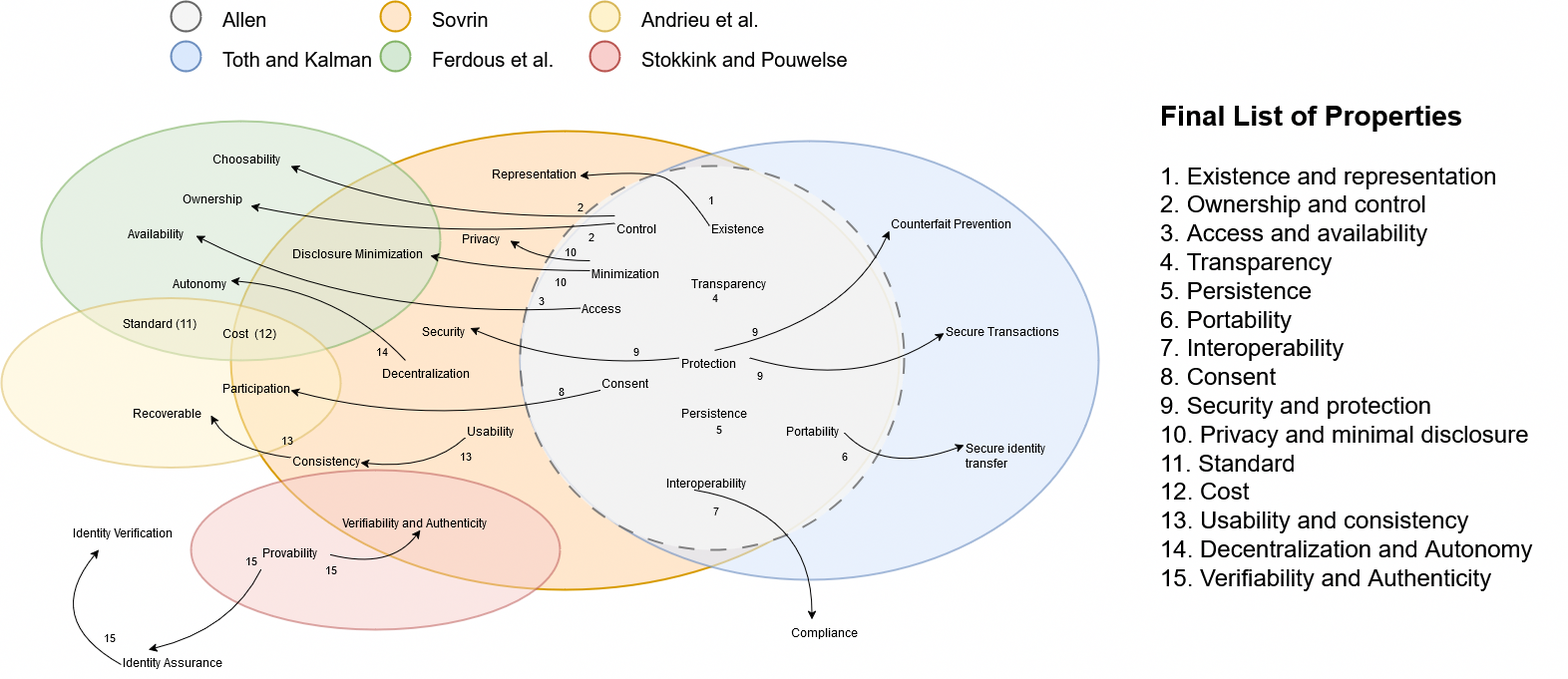
Above: definition/images/casual_loop_diagram/Casual_loop_diagram.png in cristianlepore/Self-Sovereign-Identity (draw.io), before the change. Source tidied: cells renumbered, new cells last; positions are measured from the earlier drawing's top-left corner, leaving out a move shared by most shapes.
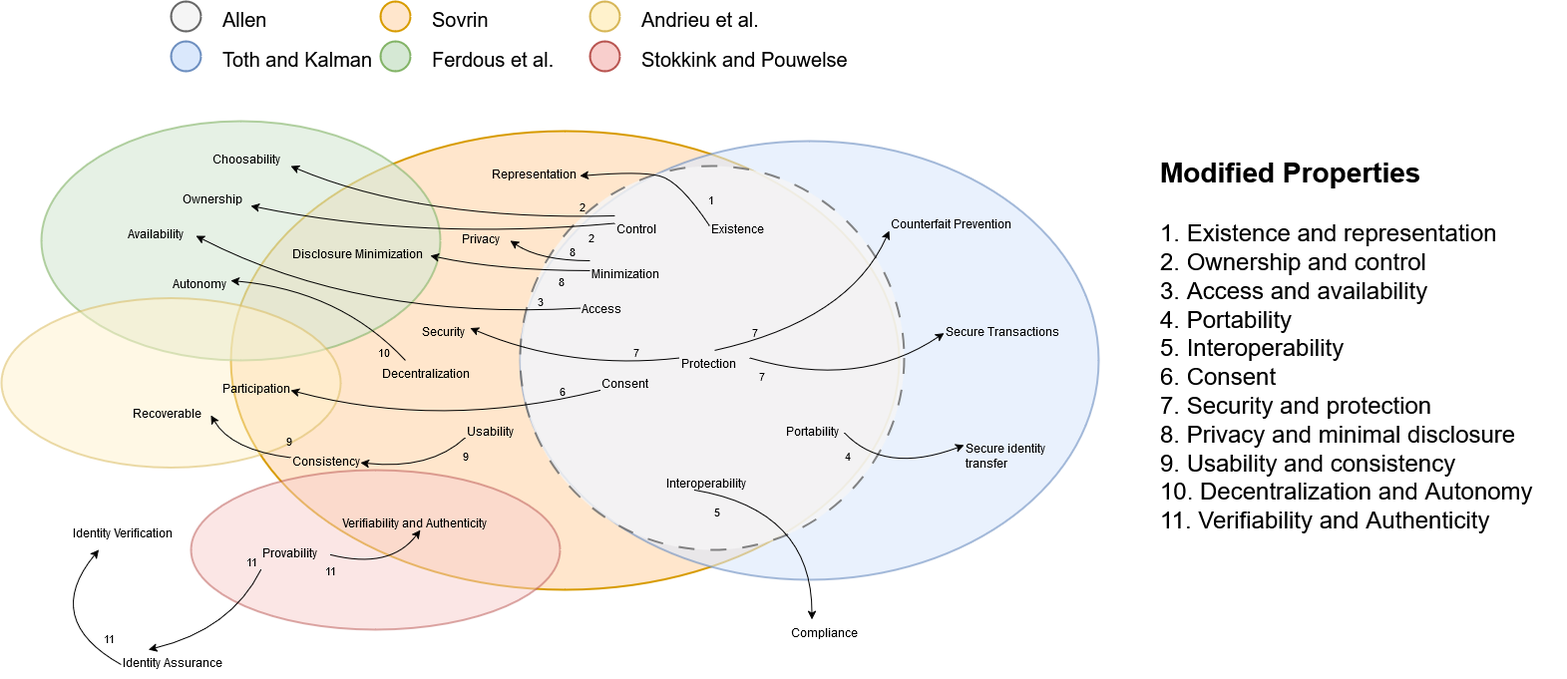
Above is the later version.

Change to the diagram source:
```diff
@@ -27,12 +27,12 @@
         </Array>
       </mxGeometry>
     </mxCell>
-    <mxCell id="9" value="8" style="edgeLabel;html=1;align=center;verticalAlign=middle;labelBackgroundColor=none;" parent="8" vertex="1">
+    <mxCell id="9" value="6" style="edgeLabel;html=1;align=center;verticalAlign=middle;labelBackgroundColor=none;" parent="8" vertex="1">
       <mxGeometry x="-0.04" y="-4" relative="1" as="geometry">
         <mxPoint x="110" y="-33" as="offset" />
       </mxGeometry>
     </mxCell>
-    <mxCell id="10" value="&lt;div&gt;&lt;font style=&quot;font-size: 28px;&quot;&gt;&lt;b&gt;&lt;font&gt;Final List of Properties&lt;/font&gt;&lt;/b&gt;&lt;/font&gt;&lt;/div&gt;&lt;div&gt;&lt;font style=&quot;font-size: 24px;&quot;&gt;&lt;br&gt;&lt;/font&gt;&lt;/div&gt;&lt;div&gt;&lt;font style=&quot;font-size: 24px;&quot;&gt;1. Existence and representation&lt;/font&gt;&lt;/div&gt;&lt;div&gt;&lt;font style=&quot;font-size: 24px;&quot;&gt;2. Ownership and control&lt;/font&gt;&lt;/div&gt;&lt;div&gt;&lt;font style=&quot;font-size: 24px;&quot;&gt;3. Access and availability&lt;/font&gt;&lt;/div&gt;&lt;div&gt;&lt;font style=&quot;font-size: 24px;&quot;&gt;4. Transparency&lt;/font&gt;&lt;/div&gt;&lt;div&gt;&lt;font style=&quot;font-size: 24px;&quot;&gt;5. Persistence&lt;/font&gt;&lt;/div&gt;&lt;div&gt;&lt;font style=&quot;font-size: 24px;&quot;&gt;6. Portability&lt;/font&gt;&lt;/div&gt;&lt;div&gt;&lt;font style=&quot;font-size: 24px;&quot;&gt;7. Interoperability&lt;/font&gt;&lt;/div&gt;&lt;div&gt;&lt;font style=&quot;font-size: 24px;&quot;&gt;8. Consent&lt;/font&gt;&lt;/div&gt;&lt;div&gt;&lt;font style=&quot;font-size: 24px;&quot;&gt;9. Security and protection&lt;/font&gt;&lt;/div&gt;&lt;div&gt;&lt;font style=&quot;font-size: 24px;&quot;&gt;10. Privacy and minimal disclosure&lt;/font&gt;&lt;/div&gt;&lt;div&gt;&lt;font style=&quot;font-size: 24px;&quot;&gt;11. Standard&lt;/font&gt;&lt;/div&gt;&lt;div&gt;&lt;font style=&quot;font-size: 24px;&quot;&gt;12. Cost&lt;/font&gt;&lt;/div&gt;&lt;div&gt;&lt;font style=&quot;font-size: 24px;&quot;&gt;13. Usability and consistency&lt;/font&gt;&lt;/div&gt;&lt;div&gt;&lt;font style=&quot;font-size: 24px;&quot;&gt;14. Decentralization and Autonomy&lt;/font&gt;&lt;/div&gt;&lt;div&gt;&lt;font style=&quot;font-size: 24px;&quot;&gt;15. Verifiability and Authenticity&lt;/font&gt;&lt;/div&gt;" style="rounded=1;whiteSpace=wrap;html=1;align=left;fillColor=none;strokeColor=none;strokeWidth=2;" parent="1" vertex="1">
+    <mxCell id="10" value="&lt;div&gt;&lt;font style=&quot;font-size: 28px;&quot;&gt;&lt;b&gt;&lt;font&gt;Modified Properties&lt;/font&gt;&lt;/b&gt;&lt;/font&gt;&lt;/div&gt;&lt;div&gt;&lt;font style=&quot;font-size: 24px;&quot;&gt;&lt;br&gt;&lt;/font&gt;&lt;/div&gt;&lt;div&gt;&lt;font style=&quot;font-size: 24px;&quot;&gt;1. Existence and representation&lt;/font&gt;&lt;/div&gt;&lt;div&gt;&lt;font style=&quot;font-size: 24px;&quot;&gt;2. Ownership and control&lt;/font&gt;&lt;/div&gt;&lt;div&gt;&lt;font style=&quot;font-size: 24px;&quot;&gt;3. Access and availability&lt;/font&gt;&lt;/div&gt;&lt;div&gt;&lt;font style=&quot;font-size: 24px;&quot;&gt;4. Portability&lt;/font&gt;&lt;/div&gt;&lt;div&gt;&lt;font style=&quot;font-size: 24px;&quot;&gt;5. Interoperability&lt;/font&gt;&lt;/div&gt;&lt;div&gt;&lt;font style=&quot;font-size: 24px;&quot;&gt;6. Consent&lt;/font&gt;&lt;/div&gt;&lt;div&gt;&lt;font style=&quot;font-size: 24px;&quot;&gt;7. Security and protection&lt;/font&gt;&lt;/div&gt;&lt;div&gt;&lt;font style=&quot;font-size: 24px;&quot;&gt;8. Privacy and minimal disclosure&lt;/font&gt;&lt;/div&gt;&lt;div&gt;&lt;font style=&quot;font-size: 24px;&quot;&gt;9. Usability and consistency&lt;/font&gt;&lt;/div&gt;&lt;div&gt;&lt;font style=&quot;font-size: 24px;&quot;&gt;10. Decentralization and Autonomy&lt;/font&gt;&lt;/div&gt;&lt;div&gt;&lt;font style=&quot;font-size: 24px;&quot;&gt;11. Verifiability and Authenticity&lt;/font&gt;&lt;/div&gt;" style="rounded=1;whiteSpace=wrap;html=1;align=left;fillColor=none;strokeColor=none;strokeWidth=2;" parent="1" vertex="1">
       <mxGeometry x="1160" y="147.5" width="410" height="395" as="geometry" />
     </mxCell>
     <mxCell id="11" value="Existence &amp;nbsp;" style="text;whiteSpace=wrap;html=1;" parent="1" vertex="1">
@@ -44,12 +44,6 @@
     <mxCell id="13" value="Access &amp;nbsp;" style="text;whiteSpace=wrap;html=1;" parent="1" vertex="1">
       <mxGeometry x="580" y="295" width="50" height="25" as="geometry" />
     </mxCell>
-    <mxCell id="14" value="Transparency &amp;nbsp;" style="text;whiteSpace=wrap;html=1;" parent="1" vertex="1">
-      <mxGeometry x="690" y="270" width="80" height="27.5" as="geometry" />
-    </mxCell>
-    <mxCell id="15" value="Persistence &amp;nbsp;" style="text;whiteSpace=wrap;html=1;" parent="1" vertex="1">
-      <mxGeometry x="680" y="400" width="100" height="40" as="geometry" />
-    </mxCell>
     <mxCell id="16" value="Portability &amp;nbsp;" style="text;whiteSpace=wrap;html=1;" parent="1" vertex="1">
       <mxGeometry x="785" y="417.5" width="60" height="20" as="geometry" />
     </mxCell>
@@ -136,7 +130,7 @@
         </Array>
       </mxGeometry>
     </mxCell>
-    <mxCell id="35" value="6" style="edgeLabel;html=1;align=center;verticalAlign=middle;labelBackgroundColor=none;" parent="34" vertex="1">
+    <mxCell id="35" value="4" style="edgeLabel;html=1;align=center;verticalAlign=middle;labelBackgroundColor=none;" parent="34" vertex="1">
       <mxGeometry x="-0.04" y="-4" relative="1" as="geometry">
         <mxPoint x="-51" y="-20" as="offset" />
       </mxGeometry>
@@ -151,7 +145,7 @@
         </Array>
       </mxGeometry>
     </mxCell>
-    <mxCell id="38" value="7" style="edgeLabel;html=1;align=center;verticalAlign=middle;labelBackgroundColor=none;" parent="37" vertex="1">
+    <mxCell id="38" value="5" style="edgeLabel;html=1;align=center;verticalAlign=middle;labelBackgroundColor=none;" parent="37" vertex="1">
       <mxGeometry x="-0.04" y="-4" relative="1" as="geometry">
         <mxPoint x="-87" y="-2" as="offset" />
       </mxGeometry>
@@ -172,7 +166,7 @@
         </Array>
       </mxGeometry>
     </mxCell>
-    <mxCell id="43" value="9" style="edgeLabel;html=1;align=center;verticalAlign=middle;labelBackgroundColor=none;" parent="42" vertex="1">
+    <mxCell id="43" value="7" style="edgeLabel;html=1;align=center;verticalAlign=middle;labelBackgroundColor=none;" parent="42" vertex="1">
       <mxGeometry x="-0.04" y="-4" relative="1" as="geometry">
         <mxPoint x="60" y="-15" as="offset" />
       </mxGeometry>
@@ -187,7 +181,7 @@
         </Array>
       </mxGeometry>
     </mxCell>
-    <mxCell id="46" value="9" style="edgeLabel;html=1;align=center;verticalAlign=middle;labelBackgroundColor=none;" parent="45" vertex="1">
+    <mxCell id="46" value="7" style="edgeLabel;html=1;align=center;verticalAlign=middle;labelBackgroundColor=none;" parent="45" vertex="1">
       <mxGeometry x="-0.04" y="-4" relative="1" as="geometry">
         <mxPoint x="-72" y="1" as="offset" />
       </mxGeometry>
@@ -199,7 +193,7 @@
         </Array>
       </mxGeometry>
     </mxCell>
-    <mxCell id="48" value="9" style="edgeLabel;html=1;align=center;verticalAlign=middle;labelBackgroundColor=none;" parent="47" vertex="1">
+    <mxCell id="48" value="7" style="edgeLabel;html=1;align=center;verticalAlign=middle;labelBackgroundColor=none;" parent="47" vertex="1">
       <mxGeometry x="-0.04" y="-4" relative="1" as="geometry">
         <mxPoint x="-89" y="-16" as="offset" />
       </mxGeometry>
@@ -214,7 +208,7 @@
         </Array>
       </mxGeometry>
     </mxCell>
-    <mxCell id="51" value="10" style="edgeLabel;html=1;align=center;verticalAlign=middle;labelBackgroundColor=none;" parent="50" vertex="1">
+    <mxCell id="51" value="8" style="edgeLabel;html=1;align=center;verticalAlign=middle;labelBackgroundColor=none;" parent="50" vertex="1">
       <mxGeometry x="-0.04" y="-4" relative="1" as="geometry">
         <mxPoint x="47" y="14" as="offset" />
       </mxGeometry>
@@ -229,7 +223,7 @@
         </Array>
       </mxGeometry>
     </mxCell>
-    <mxCell id="54" value="10" style="edgeLabel;html=1;align=center;verticalAlign=middle;labelBackgroundColor=none;" parent="53" vertex="1">
+    <mxCell id="54" value="8" style="edgeLabel;html=1;align=center;verticalAlign=middle;labelBackgroundColor=none;" parent="53" vertex="1">
       <mxGeometry x="-0.04" y="-4" relative="1" as="geometry">
         <mxPoint x="21" y="-6" as="offset" />
       </mxGeometry>
@@ -250,7 +244,7 @@
         </Array>
       </mxGeometry>
     </mxCell>
-    <mxCell id="59" value="13" style="edgeLabel;html=1;align=center;verticalAlign=middle;labelBackgroundColor=none;" parent="58" vertex="1">
+    <mxCell id="59" value="9" style="edgeLabel;html=1;align=center;verticalAlign=middle;labelBackgroundColor=none;" parent="58" vertex="1">
       <mxGeometry x="-0.04" y="-4" relative="1" as="geometry">
         <mxPoint x="43" y="-10" as="offset" />
       </mxGeometry>
@@ -262,7 +256,7 @@
         </Array>
       </mxGeometry>
     </mxCell>
-    <mxCell id="61" value="13" style="edgeLabel;html=1;align=center;verticalAlign=middle;labelBackgroundColor=none;" parent="60" vertex="1">
+    <mxCell id="61" value="9" style="edgeLabel;html=1;align=center;verticalAlign=middle;labelBackgroundColor=none;" parent="60" vertex="1">
       <mxGeometry x="-0.04" y="-4" relative="1" as="geometry">
         <mxPoint x="43" y="-8" as="offset" />
       </mxGeometry>
@@ -280,7 +274,7 @@
         </Array>
       </mxGeometry>
     </mxCell>
-    <mxCell id="65" value="14" style="edgeLabel;html=1;align=center;verticalAlign=middle;labelBackgroundColor=none;" parent="64" vertex="1">
+    <mxCell id="65" value="10" style="edgeLabel;html=1;align=center;verticalAlign=middle;labelBackgroundColor=none;" parent="64" vertex="1">
       <mxGeometry x="-0.04" y="-4" relative="1" as="geometry">
         <mxPoint x="43" y="65" as="offset" />
       </mxGeometry>
@@ -304,7 +298,7 @@
         </Array>
       </mxGeometry>
     </mxCell>
-    <mxCell id="71" value="15" style="edgeLabel;html=1;align=center;verticalAlign=middle;labelBackgroundColor=none;" parent="70" vertex="1">
+    <mxCell id="71" value="11" style="edgeLabel;html=1;align=center;verticalAlign=middle;labelBackgroundColor=none;" parent="70" vertex="1">
       <mxGeometry x="-0.04" y="-4" relative="1" as="geometry">
         <mxPoint x="26" y="-67" as="offset" />
       </mxGeometry>
@@ -316,7 +310,7 @@
         </Array>
       </mxGeometry>
     </mxCell>
-    <mxCell id="73" value="15" style="edgeLabel;html=1;align=center;verticalAlign=middle;labelBackgroundColor=none;" parent="72" vertex="1">
+    <mxCell id="73" value="11" style="edgeLabel;html=1;align=center;verticalAlign=middle;labelBackgroundColor=none;" parent="72" vertex="1">
       <mxGeometry x="-0.04" y="-4" relative="1" as="geometry">
         <mxPoint x="61" y="19" as="offset" />
       </mxGeometry>
@@ -328,17 +322,11 @@
         </Array>
       </mxGeometry>
     </mxCell>
-    <mxCell id="75" value="15" style="edgeLabel;html=1;align=center;verticalAlign=middle;labelBackgroundColor=none;" parent="74" vertex="1">
+    <mxCell id="75" value="11" style="edgeLabel;html=1;align=center;verticalAlign=middle;labelBackgroundColor=none;" parent="74" vertex="1">
       <mxGeometry x="-0.04" y="-4" relative="1" as="geometry">
         <mxPoint x="-51" y="-2" as="offset" />
       </mxGeometry>
     </mxCell>
-    <mxCell id="76" value="Standard (11)" style="text;whiteSpace=wrap;html=1;" parent="1" vertex="1">
-      <mxGeometry x="120" y="310" width="80" height="40" as="geometry" />
-    </mxCell>
-    <mxCell id="77" value="Cost&amp;nbsp; (12)" style="text;whiteSpace=wrap;html=1;" parent="1" vertex="1">
-      <mxGeometry x="220" y="320" width="60" height="40" as="geometry" />
-    </mxCell>
     <mxCell id="78" style="ellipse;whiteSpace=wrap;html=1;fillColor=#ffe6cc;strokeColor=#d79b00;strokeWidth=2;" parent="1" vertex="1">
       <mxGeometry x="380" width="30" height="30" as="geometry" />
     </mxCell>
@@ -375,15 +363,5 @@
     <mxCell id="89" value="&lt;font style=&quot;font-size: 20px;&quot;&gt;Toth and Kalman&lt;/font&gt;" style="text;whiteSpace=wrap;html=1;" parent="1" vertex="1">
       <mxGeometry x="220" y="40" width="160" height="40" as="geometry" />
     </mxCell>
-    <mxCell id="90" value="4" style="edgeLabel;html=1;align=center;verticalAlign=middle;labelBackgroundColor=none;" parent="1" vertex="1">
-      <mxGeometry x="740" y="377.5" as="geometry">
-        <mxPoint x="-26" y="-81" as="offset" />
-      </mxGeometry>
-    </mxCell>
-    <mxCell id="91" value="5" style="edgeLabel;html=1;align=center;verticalAlign=middle;labelBackgroundColor=none;" parent="1" vertex="1">
-      <mxGeometry x="769.6" y="384.8" as="geometry">
-        <mxPoint x="-51" y="44" as="offset" />
-      </mxGeometry>
-    </mxCell>
   </root>
 </mxGraphModel>
```
